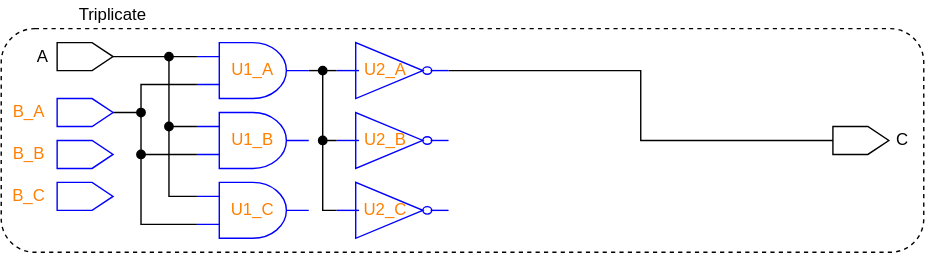
The draw.io diagram figures/light-mode/3-steps_2.drawio.svg in AlbertHansen/TripleModularRedundancyTool_developer_guide, before a commit. Source tidied: cells renumbered, new cells last; positions are measured from the earlier drawing's top-left corner, leaving out a move shared by most shapes. The source it was exported from:
```xml
<mxGraphModel>
  <root>
    <mxCell id="0" />
    <mxCell id="1" parent="0" />
    <mxCell id="2" style="rounded=1;whiteSpace=wrap;strokeColor=#000000;fillColor=none;dashed=1;fontFamily=Helvetica;" parent="1" vertex="1">
      <mxGeometry y="20" width="660" height="160" as="geometry" />
    </mxCell>
    <mxCell id="3" value="Triplicate" style="text;strokeColor=none;fillColor=none;align=center;verticalAlign=middle;whiteSpace=wrap;rounded=0;fontFamily=Helvetica;" parent="1" vertex="1">
      <mxGeometry x="40" width="80" height="20" as="geometry" />
    </mxCell>
    <mxCell id="4" style="edgeStyle=orthogonalEdgeStyle;rounded=0;exitX=1;exitY=0.5;exitDx=0;exitDy=0;exitPerimeter=0;entryX=0;entryY=0.5;entryDx=0;entryDy=0;entryPerimeter=0;startArrow=none;startFill=0;endArrow=none;endFill=0;fontFamily=Helvetica;" parent="1" edge="1" source="5" target="7">
      <mxGeometry relative="1" as="geometry" />
    </mxCell>
    <mxCell id="5" style="verticalLabelPosition=bottom;shadow=0;dashed=0;align=center;verticalAlign=top;shape=mxgraph.electrical.logic_gates.logic_gate;operation=and;strokeColor=#0000FF;fontFamily=Helvetica;fillColor=none;" parent="1" vertex="1">
      <mxGeometry x="140" y="30" width="80" height="40" as="geometry" />
    </mxCell>
    <mxCell id="6" style="edgeStyle=orthogonalEdgeStyle;rounded=0;exitX=1;exitY=0.5;exitDx=0;exitDy=0;exitPerimeter=0;entryX=0.5;entryY=0;entryDx=0;entryDy=0;startArrow=none;startFill=0;endArrow=none;endFill=0;fontFamily=Helvetica;" parent="1" edge="1" source="7" target="12">
      <mxGeometry relative="1" as="geometry" />
    </mxCell>
    <mxCell id="7" style="verticalLabelPosition=bottom;shadow=0;dashed=0;align=center;verticalAlign=top;shape=mxgraph.electrical.logic_gates.inverter_2;strokeColor=#0000FF;fontFamily=Helvetica;fillColor=none;" parent="1" vertex="1">
      <mxGeometry x="240" y="30" width="80" height="40" as="geometry" />
    </mxCell>
    <mxCell id="8" style="edgeStyle=orthogonalEdgeStyle;exitX=0.5;exitY=1;exitDx=0;exitDy=0;entryX=0;entryY=0.25;entryDx=0;entryDy=0;entryPerimeter=0;startArrow=none;startFill=0;rounded=0;endArrow=none;endFill=0;fontFamily=Helvetica;" parent="1" edge="1" source="9" target="5">
      <mxGeometry relative="1" as="geometry">
        <Array as="points">
          <mxPoint x="140" y="40" />
        </Array>
      </mxGeometry>
    </mxCell>
    <mxCell id="9" style="shape=offPageConnector;whiteSpace=wrap;rotation=-90;fontFamily=Helvetica;fillColor=none;" parent="1" vertex="1">
      <mxGeometry x="50" y="20" width="20" height="40" as="geometry" />
    </mxCell>
    <mxCell id="10" style="edgeStyle=orthogonalEdgeStyle;rounded=0;exitX=0.5;exitY=1;exitDx=0;exitDy=0;entryX=0;entryY=0.75;entryDx=0;entryDy=0;entryPerimeter=0;startArrow=none;startFill=0;endArrow=none;endFill=0;fontFamily=Helvetica;" parent="1" edge="1" source="11" target="5">
      <mxGeometry relative="1" as="geometry">
        <Array as="points">
          <mxPoint x="100" y="80" />
          <mxPoint x="100" y="60" />
        </Array>
      </mxGeometry>
    </mxCell>
    <mxCell id="11" style="shape=offPageConnector;whiteSpace=wrap;rotation=-90;strokeColor=#0000FF;fontFamily=Helvetica;fillColor=none;" parent="1" vertex="1">
      <mxGeometry x="50" y="60" width="20" height="40" as="geometry" />
    </mxCell>
    <mxCell id="12" style="shape=offPageConnector;whiteSpace=wrap;rotation=-90;fontFamily=Helvetica;fillColor=none;" parent="1" vertex="1">
      <mxGeometry x="605" y="80" width="20" height="40" as="geometry" />
    </mxCell>
    <mxCell id="13" value="A" style="text;strokeColor=none;fillColor=none;align=center;verticalAlign=middle;whiteSpace=wrap;rounded=0;fontFamily=Helvetica;" parent="1" vertex="1">
      <mxGeometry x="20" y="30" width="20" height="20" as="geometry" />
    </mxCell>
    <mxCell id="14" value="B_A" style="text;strokeColor=none;fillColor=none;align=center;verticalAlign=middle;whiteSpace=wrap;rounded=0;fontFamily=Helvetica;fontColor=#FF8000;" parent="1" vertex="1">
      <mxGeometry y="70" width="40" height="20" as="geometry" />
    </mxCell>
    <mxCell id="15" value="C" style="text;strokeColor=none;fillColor=none;align=center;verticalAlign=middle;whiteSpace=wrap;rounded=0;fontFamily=Helvetica;" parent="1" vertex="1">
      <mxGeometry x="635" y="90" width="20" height="20" as="geometry" />
    </mxCell>
    <mxCell id="16" style="shape=offPageConnector;whiteSpace=wrap;rotation=-90;strokeColor=#0000FF;fontFamily=Helvetica;fillColor=none;" parent="1" vertex="1">
      <mxGeometry x="50" y="90" width="20" height="40" as="geometry" />
    </mxCell>
    <mxCell id="17" style="shape=offPageConnector;whiteSpace=wrap;rotation=-90;strokeColor=#0000FF;fontFamily=Helvetica;fillColor=none;" parent="1" vertex="1">
      <mxGeometry x="50" y="120" width="20" height="40" as="geometry" />
    </mxCell>
    <mxCell id="18" value="B_B" style="text;strokeColor=none;fillColor=none;align=center;verticalAlign=middle;whiteSpace=wrap;rounded=0;fontFamily=Helvetica;fontColor=#FF8000;" parent="1" vertex="1">
      <mxGeometry y="100" width="40" height="20" as="geometry" />
    </mxCell>
    <mxCell id="19" value="B_C" style="text;strokeColor=none;fillColor=none;align=center;verticalAlign=middle;whiteSpace=wrap;rounded=0;fontFamily=Helvetica;fontColor=#FF8000;" parent="1" vertex="1">
      <mxGeometry y="130" width="40" height="20" as="geometry" />
    </mxCell>
    <mxCell id="20" style="edgeStyle=orthogonalEdgeStyle;rounded=0;exitX=0;exitY=0.25;exitDx=0;exitDy=0;exitPerimeter=0;startArrow=none;startFill=0;endArrow=oval;endFill=1;fontFamily=Helvetica;" parent="1" edge="1" source="22">
      <mxGeometry relative="1" as="geometry">
        <mxPoint x="120" y="90" as="targetPoint" />
        <Array as="points">
          <mxPoint x="120" y="140" />
        </Array>
      </mxGeometry>
    </mxCell>
    <mxCell id="21" style="edgeStyle=orthogonalEdgeStyle;rounded=0;exitX=0;exitY=0.75;exitDx=0;exitDy=0;exitPerimeter=0;startArrow=none;startFill=0;endArrow=oval;endFill=1;fontFamily=Helvetica;" parent="1" edge="1" source="22">
      <mxGeometry relative="1" as="geometry">
        <mxPoint x="100" y="110" as="targetPoint" />
        <Array as="points">
          <mxPoint x="100" y="160" />
        </Array>
      </mxGeometry>
    </mxCell>
    <mxCell id="22" style="verticalLabelPosition=bottom;shadow=0;dashed=0;align=center;verticalAlign=top;shape=mxgraph.electrical.logic_gates.logic_gate;operation=and;strokeColor=#0000FF;fontFamily=Helvetica;fillColor=none;" parent="1" vertex="1">
      <mxGeometry x="140" y="130" width="80" height="40" as="geometry" />
    </mxCell>
    <mxCell id="23" style="edgeStyle=orthogonalEdgeStyle;rounded=0;exitX=0;exitY=0.25;exitDx=0;exitDy=0;exitPerimeter=0;startArrow=none;startFill=0;endArrow=oval;endFill=1;fontFamily=Helvetica;" parent="1" edge="1" source="25">
      <mxGeometry relative="1" as="geometry">
        <mxPoint x="120" y="40" as="targetPoint" />
        <Array as="points">
          <mxPoint x="120" y="90" />
        </Array>
      </mxGeometry>
    </mxCell>
    <mxCell id="24" style="edgeStyle=orthogonalEdgeStyle;rounded=0;exitX=0;exitY=0.75;exitDx=0;exitDy=0;exitPerimeter=0;startArrow=none;startFill=0;endArrow=oval;endFill=1;fontFamily=Helvetica;" parent="1" edge="1" source="25">
      <mxGeometry relative="1" as="geometry">
        <mxPoint x="100" y="80" as="targetPoint" />
        <Array as="points">
          <mxPoint x="100" y="110" />
        </Array>
      </mxGeometry>
    </mxCell>
    <mxCell id="25" style="verticalLabelPosition=bottom;shadow=0;dashed=0;align=center;verticalAlign=top;shape=mxgraph.electrical.logic_gates.logic_gate;operation=and;strokeColor=#0000FF;fontFamily=Helvetica;fillColor=none;" parent="1" vertex="1">
      <mxGeometry x="140" y="80" width="80" height="40" as="geometry" />
    </mxCell>
    <mxCell id="26" style="edgeStyle=orthogonalEdgeStyle;rounded=0;exitX=0;exitY=0.5;exitDx=0;exitDy=0;exitPerimeter=0;startArrow=none;startFill=0;endArrow=oval;endFill=1;fontFamily=Helvetica;" parent="1" edge="1" source="27">
      <mxGeometry relative="1" as="geometry">
        <mxPoint x="230" y="100" as="targetPoint" />
      </mxGeometry>
    </mxCell>
    <mxCell id="27" style="verticalLabelPosition=bottom;shadow=0;dashed=0;align=center;verticalAlign=top;shape=mxgraph.electrical.logic_gates.inverter_2;strokeColor=#0000FF;fontFamily=Helvetica;fillColor=none;" parent="1" vertex="1">
      <mxGeometry x="240" y="130" width="80" height="40" as="geometry" />
    </mxCell>
    <mxCell id="28" style="edgeStyle=orthogonalEdgeStyle;rounded=0;exitX=0;exitY=0.5;exitDx=0;exitDy=0;exitPerimeter=0;startArrow=none;startFill=0;endArrow=oval;endFill=1;fontFamily=Helvetica;" parent="1" edge="1" source="29">
      <mxGeometry relative="1" as="geometry">
        <mxPoint x="230" y="50" as="targetPoint" />
      </mxGeometry>
    </mxCell>
    <mxCell id="29" style="verticalLabelPosition=bottom;shadow=0;dashed=0;align=center;verticalAlign=top;shape=mxgraph.electrical.logic_gates.inverter_2;strokeColor=#0000FF;fontFamily=Helvetica;fillColor=none;" parent="1" vertex="1">
      <mxGeometry x="240" y="80" width="80" height="40" as="geometry" />
    </mxCell>
    <mxCell id="30" value="&lt;span style=&quot;&quot;&gt;U1_A&lt;/span&gt;" style="text;html=1;strokeColor=none;fillColor=none;align=center;verticalAlign=middle;whiteSpace=wrap;rounded=0;fontFamily=Helvetica;fontColor=#FF8000;" parent="1" vertex="1">
      <mxGeometry x="165" y="35" width="30" height="30" as="geometry" />
    </mxCell>
    <mxCell id="31" value="&lt;span style=&quot;&quot;&gt;U1_B&lt;/span&gt;" style="text;html=1;strokeColor=none;fillColor=none;align=center;verticalAlign=middle;whiteSpace=wrap;rounded=0;fontFamily=Helvetica;fontColor=#FF8000;" parent="1" vertex="1">
      <mxGeometry x="165" y="85" width="30" height="30" as="geometry" />
    </mxCell>
    <mxCell id="32" value="&lt;span style=&quot;&quot;&gt;U1_C&lt;/span&gt;" style="text;html=1;strokeColor=none;fillColor=none;align=center;verticalAlign=middle;whiteSpace=wrap;rounded=0;fontFamily=Helvetica;fontColor=#FF8000;" parent="1" vertex="1">
      <mxGeometry x="165" y="135" width="30" height="30" as="geometry" />
    </mxCell>
    <mxCell id="33" value="&lt;span style=&quot;&quot;&gt;U2_A&lt;/span&gt;" style="text;html=1;strokeColor=none;fillColor=none;align=center;verticalAlign=middle;whiteSpace=wrap;rounded=0;fontFamily=Helvetica;fontColor=#FF8000;" parent="1" vertex="1">
      <mxGeometry x="260" y="35" width="30" height="30" as="geometry" />
    </mxCell>
    <mxCell id="34" value="&lt;span style=&quot;&quot;&gt;U2_B&lt;/span&gt;" style="text;html=1;strokeColor=none;fillColor=none;align=center;verticalAlign=middle;whiteSpace=wrap;rounded=0;fontFamily=Helvetica;fontColor=#FF8000;" parent="1" vertex="1">
      <mxGeometry x="260" y="85" width="30" height="30" as="geometry" />
    </mxCell>
    <mxCell id="35" value="&lt;span style=&quot;&quot;&gt;U2_C&lt;/span&gt;" style="text;html=1;strokeColor=none;fillColor=none;align=center;verticalAlign=middle;whiteSpace=wrap;rounded=0;fontFamily=Helvetica;fontColor=#FF8000;" parent="1" vertex="1">
      <mxGeometry x="260" y="135" width="30" height="30" as="geometry" />
    </mxCell>
  </root>
</mxGraphModel>
```
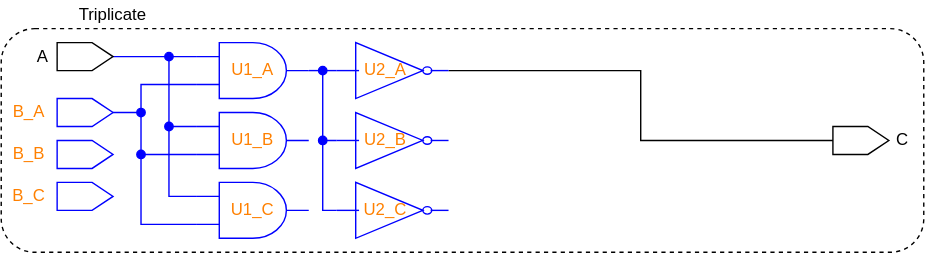
The same file after the commit.

Diff of the diagram source:
```diff
@@ -8,7 +8,7 @@
     <mxCell id="3" value="Triplicate" style="text;strokeColor=none;fillColor=none;align=center;verticalAlign=middle;whiteSpace=wrap;rounded=0;fontFamily=Helvetica;" parent="1" vertex="1">
       <mxGeometry x="40" width="80" height="20" as="geometry" />
     </mxCell>
-    <mxCell id="4" style="edgeStyle=orthogonalEdgeStyle;rounded=0;exitX=1;exitY=0.5;exitDx=0;exitDy=0;exitPerimeter=0;entryX=0;entryY=0.5;entryDx=0;entryDy=0;entryPerimeter=0;startArrow=none;startFill=0;endArrow=none;endFill=0;fontFamily=Helvetica;" parent="1" edge="1" source="5" target="7">
+    <mxCell id="4" style="edgeStyle=orthogonalEdgeStyle;rounded=0;exitX=1;exitY=0.5;exitDx=0;exitDy=0;exitPerimeter=0;entryX=0;entryY=0.5;entryDx=0;entryDy=0;entryPerimeter=0;startArrow=none;startFill=0;endArrow=none;endFill=0;fontFamily=Helvetica;strokeColor=#0000FF;" parent="1" edge="1" source="5" target="7">
       <mxGeometry relative="1" as="geometry" />
     </mxCell>
     <mxCell id="5" style="verticalLabelPosition=bottom;shadow=0;dashed=0;align=center;verticalAlign=top;shape=mxgraph.electrical.logic_gates.logic_gate;operation=and;strokeColor=#0000FF;fontFamily=Helvetica;fillColor=none;" parent="1" vertex="1">
@@ -20,7 +20,7 @@
     <mxCell id="7" style="verticalLabelPosition=bottom;shadow=0;dashed=0;align=center;verticalAlign=top;shape=mxgraph.electrical.logic_gates.inverter_2;strokeColor=#0000FF;fontFamily=Helvetica;fillColor=none;" parent="1" vertex="1">
       <mxGeometry x="240" y="30" width="80" height="40" as="geometry" />
     </mxCell>
-    <mxCell id="8" style="edgeStyle=orthogonalEdgeStyle;exitX=0.5;exitY=1;exitDx=0;exitDy=0;entryX=0;entryY=0.25;entryDx=0;entryDy=0;entryPerimeter=0;startArrow=none;startFill=0;rounded=0;endArrow=none;endFill=0;fontFamily=Helvetica;" parent="1" edge="1" source="9" target="5">
+    <mxCell id="8" style="edgeStyle=orthogonalEdgeStyle;exitX=0.5;exitY=1;exitDx=0;exitDy=0;entryX=0;entryY=0.25;entryDx=0;entryDy=0;entryPerimeter=0;startArrow=none;startFill=0;rounded=0;endArrow=none;endFill=0;fontFamily=Helvetica;strokeColor=#0000FF;" parent="1" edge="1" source="9" target="5">
       <mxGeometry relative="1" as="geometry">
         <Array as="points">
           <mxPoint x="140" y="40" />
@@ -30,7 +30,7 @@
     <mxCell id="9" style="shape=offPageConnector;whiteSpace=wrap;rotation=-90;fontFamily=Helvetica;fillColor=none;" parent="1" vertex="1">
       <mxGeometry x="50" y="20" width="20" height="40" as="geometry" />
     </mxCell>
-    <mxCell id="10" style="edgeStyle=orthogonalEdgeStyle;rounded=0;exitX=0.5;exitY=1;exitDx=0;exitDy=0;entryX=0;entryY=0.75;entryDx=0;entryDy=0;entryPerimeter=0;startArrow=none;startFill=0;endArrow=none;endFill=0;fontFamily=Helvetica;" parent="1" edge="1" source="11" target="5">
+    <mxCell id="10" style="edgeStyle=orthogonalEdgeStyle;rounded=0;exitX=0.5;exitY=1;exitDx=0;exitDy=0;entryX=0;entryY=0.75;entryDx=0;entryDy=0;entryPerimeter=0;startArrow=none;startFill=0;endArrow=none;endFill=0;fontFamily=Helvetica;strokeColor=#0000FF;" parent="1" edge="1" source="11" target="5">
       <mxGeometry relative="1" as="geometry">
         <Array as="points">
           <mxPoint x="100" y="80" />
@@ -65,7 +65,7 @@
     <mxCell id="19" value="B_C" style="text;strokeColor=none;fillColor=none;align=center;verticalAlign=middle;whiteSpace=wrap;rounded=0;fontFamily=Helvetica;fontColor=#FF8000;" parent="1" vertex="1">
       <mxGeometry y="130" width="40" height="20" as="geometry" />
     </mxCell>
-    <mxCell id="20" style="edgeStyle=orthogonalEdgeStyle;rounded=0;exitX=0;exitY=0.25;exitDx=0;exitDy=0;exitPerimeter=0;startArrow=none;startFill=0;endArrow=oval;endFill=1;fontFamily=Helvetica;" parent="1" edge="1" source="22">
+    <mxCell id="20" style="edgeStyle=orthogonalEdgeStyle;rounded=0;exitX=0;exitY=0.25;exitDx=0;exitDy=0;exitPerimeter=0;startArrow=none;startFill=0;endArrow=oval;endFill=1;fontFamily=Helvetica;strokeColor=#0000FF;" parent="1" edge="1" source="22">
       <mxGeometry relative="1" as="geometry">
         <mxPoint x="120" y="90" as="targetPoint" />
         <Array as="points">
@@ -73,7 +73,7 @@
         </Array>
       </mxGeometry>
     </mxCell>
-    <mxCell id="21" style="edgeStyle=orthogonalEdgeStyle;rounded=0;exitX=0;exitY=0.75;exitDx=0;exitDy=0;exitPerimeter=0;startArrow=none;startFill=0;endArrow=oval;endFill=1;fontFamily=Helvetica;" parent="1" edge="1" source="22">
+    <mxCell id="21" style="edgeStyle=orthogonalEdgeStyle;rounded=0;exitX=0;exitY=0.75;exitDx=0;exitDy=0;exitPerimeter=0;startArrow=none;startFill=0;endArrow=oval;endFill=1;fontFamily=Helvetica;strokeColor=#0000FF;" parent="1" edge="1" source="22">
       <mxGeometry relative="1" as="geometry">
         <mxPoint x="100" y="110" as="targetPoint" />
         <Array as="points">
@@ -84,7 +84,7 @@
     <mxCell id="22" style="verticalLabelPosition=bottom;shadow=0;dashed=0;align=center;verticalAlign=top;shape=mxgraph.electrical.logic_gates.logic_gate;operation=and;strokeColor=#0000FF;fontFamily=Helvetica;fillColor=none;" parent="1" vertex="1">
       <mxGeometry x="140" y="130" width="80" height="40" as="geometry" />
     </mxCell>
-    <mxCell id="23" style="edgeStyle=orthogonalEdgeStyle;rounded=0;exitX=0;exitY=0.25;exitDx=0;exitDy=0;exitPerimeter=0;startArrow=none;startFill=0;endArrow=oval;endFill=1;fontFamily=Helvetica;" parent="1" edge="1" source="25">
+    <mxCell id="23" style="edgeStyle=orthogonalEdgeStyle;rounded=0;exitX=0;exitY=0.25;exitDx=0;exitDy=0;exitPerimeter=0;startArrow=none;startFill=0;endArrow=oval;endFill=1;fontFamily=Helvetica;strokeColor=#0000FF;" parent="1" edge="1" source="25">
       <mxGeometry relative="1" as="geometry">
         <mxPoint x="120" y="40" as="targetPoint" />
         <Array as="points">
@@ -92,7 +92,7 @@
         </Array>
       </mxGeometry>
     </mxCell>
-    <mxCell id="24" style="edgeStyle=orthogonalEdgeStyle;rounded=0;exitX=0;exitY=0.75;exitDx=0;exitDy=0;exitPerimeter=0;startArrow=none;startFill=0;endArrow=oval;endFill=1;fontFamily=Helvetica;" parent="1" edge="1" source="25">
+    <mxCell id="24" style="edgeStyle=orthogonalEdgeStyle;rounded=0;exitX=0;exitY=0.75;exitDx=0;exitDy=0;exitPerimeter=0;startArrow=none;startFill=0;endArrow=oval;endFill=1;fontFamily=Helvetica;strokeColor=#0000FF;" parent="1" edge="1" source="25">
       <mxGeometry relative="1" as="geometry">
         <mxPoint x="100" y="80" as="targetPoint" />
         <Array as="points">
@@ -103,7 +103,7 @@
     <mxCell id="25" style="verticalLabelPosition=bottom;shadow=0;dashed=0;align=center;verticalAlign=top;shape=mxgraph.electrical.logic_gates.logic_gate;operation=and;strokeColor=#0000FF;fontFamily=Helvetica;fillColor=none;" parent="1" vertex="1">
       <mxGeometry x="140" y="80" width="80" height="40" as="geometry" />
     </mxCell>
-    <mxCell id="26" style="edgeStyle=orthogonalEdgeStyle;rounded=0;exitX=0;exitY=0.5;exitDx=0;exitDy=0;exitPerimeter=0;startArrow=none;startFill=0;endArrow=oval;endFill=1;fontFamily=Helvetica;" parent="1" edge="1" source="27">
+    <mxCell id="26" style="edgeStyle=orthogonalEdgeStyle;rounded=0;exitX=0;exitY=0.5;exitDx=0;exitDy=0;exitPerimeter=0;startArrow=none;startFill=0;endArrow=oval;endFill=1;fontFamily=Helvetica;strokeColor=#0000FF;" parent="1" edge="1" source="27">
       <mxGeometry relative="1" as="geometry">
         <mxPoint x="230" y="100" as="targetPoint" />
       </mxGeometry>
@@ -111,7 +111,7 @@
     <mxCell id="27" style="verticalLabelPosition=bottom;shadow=0;dashed=0;align=center;verticalAlign=top;shape=mxgraph.electrical.logic_gates.inverter_2;strokeColor=#0000FF;fontFamily=Helvetica;fillColor=none;" parent="1" vertex="1">
       <mxGeometry x="240" y="130" width="80" height="40" as="geometry" />
     </mxCell>
-    <mxCell id="28" style="edgeStyle=orthogonalEdgeStyle;rounded=0;exitX=0;exitY=0.5;exitDx=0;exitDy=0;exitPerimeter=0;startArrow=none;startFill=0;endArrow=oval;endFill=1;fontFamily=Helvetica;" parent="1" edge="1" source="29">
+    <mxCell id="28" style="edgeStyle=orthogonalEdgeStyle;rounded=0;exitX=0;exitY=0.5;exitDx=0;exitDy=0;exitPerimeter=0;startArrow=none;startFill=0;endArrow=oval;endFill=1;fontFamily=Helvetica;strokeColor=#0000FF;" parent="1" edge="1" source="29">
       <mxGeometry relative="1" as="geometry">
         <mxPoint x="230" y="50" as="targetPoint" />
       </mxGeometry>
```
